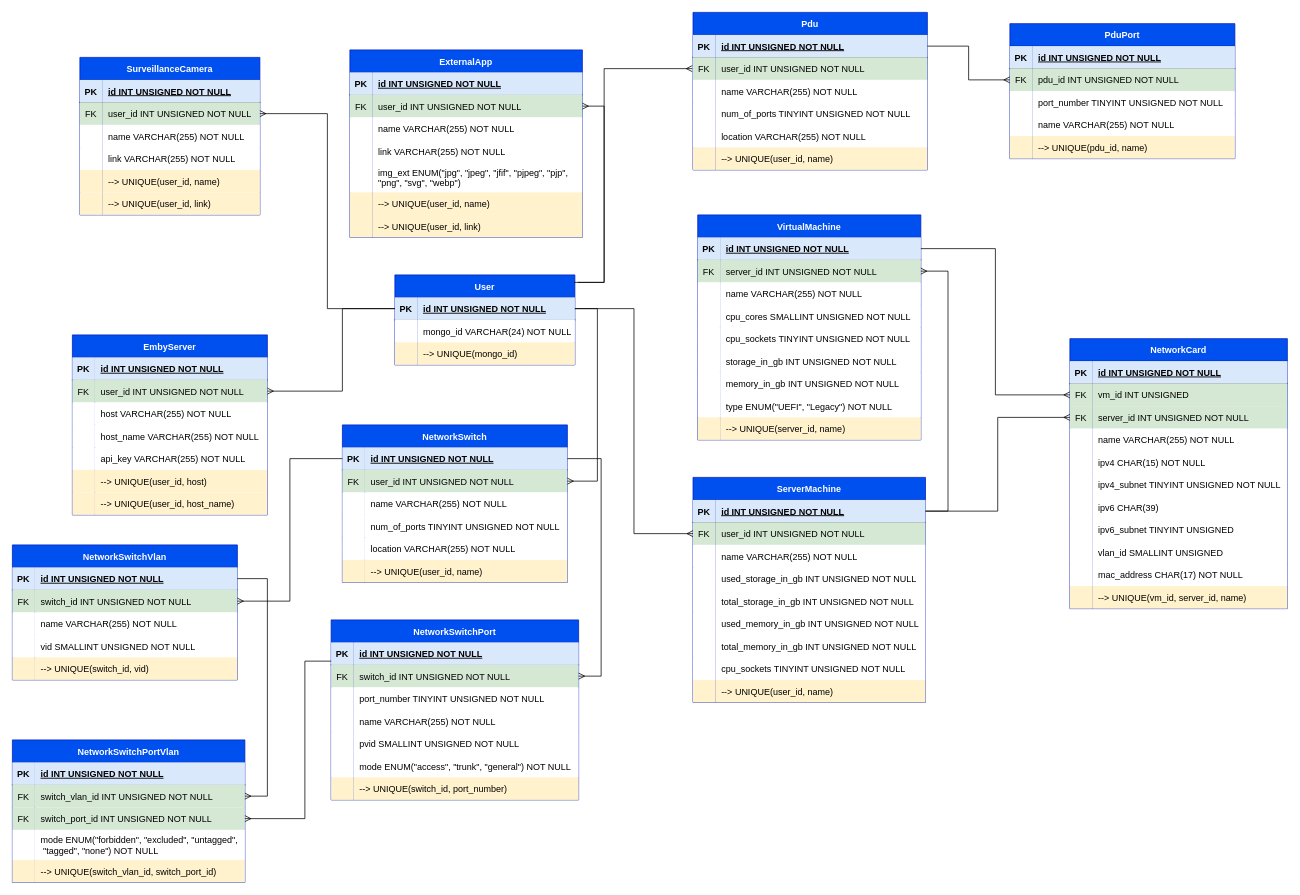
jahnueldorelus/dashboard-db keeps this draw.io diagram as entity-relationship-diagram/Database ERD.drawio. Above is the earlier version. Source tidied: cells renumbered, new cells numbered last; positions are measured from the earlier drawing's top-left corner, leaving out a move shared by most shapes. Both pictures are drawn from the tidied source at 75%, with x=0, y=0 at pixel (12, 12).
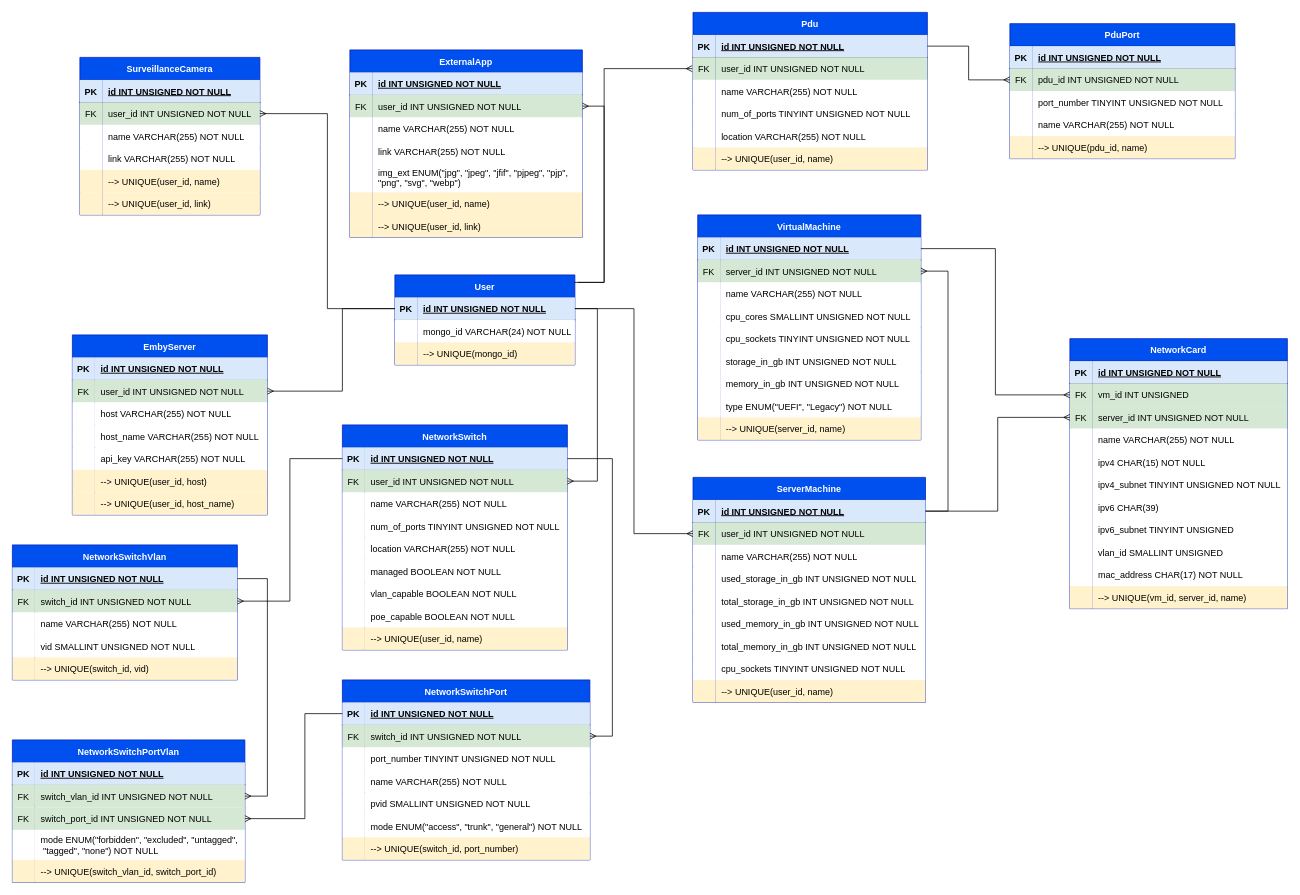
The same page after the edit.

Unchanged cells that the change refers to:
```xml
<mxCell id="210" style="shape=partialRectangle;fillColor=none;points=[[0,0.5],[1,0.5]];portConstraint=eastwest;top=0;left=0;right=0;bottom=1;" parent="209" vertex="1">
  <mxGeometry y="30" width="300" height="30" as="geometry" />
</mxCell>
<mxCell id="230" style="shape=partialRectangle;fillColor=none;points=[[0,0.5],[1,0.5]];portConstraint=eastwest;top=0;left=0;right=0;bottom=1;" parent="229" vertex="1">
  <mxGeometry y="30" width="330" height="30" as="geometry" />
</mxCell>
<mxCell id="233" style="shape=tableRow;horizontal=0;startSize=0;swimlaneHead=0;swimlaneBody=0;fillColor=none;points=[[0,0.5],[1,0.5]];portConstraint=eastwest;top=0;left=0;right=0;bottom=0;" parent="229" vertex="1">
  <mxGeometry y="60" width="330" height="30" as="geometry" />
</mxCell>
<mxCell id="276" style="shape=tableRow;horizontal=0;startSize=0;swimlaneHead=0;swimlaneBody=0;fillColor=none;points=[[0,0.5],[1,0.5]];portConstraint=eastwest;top=0;left=0;right=0;bottom=0;" parent="269" vertex="1">
  <mxGeometry y="90" width="310" height="30" as="geometry" />
</mxCell>
```

The edit, as a diff of the source:
```diff
@@
     <mxCell id="209" value="NetworkSwitch" style="shape=table;startSize=30;childLayout=tableLayout;rowLines=0;fontStyle=1;align=center;fillColor=#0050ef;fontColor=#ffffff;strokeColor=#001DBC;" parent="1" vertex="1">
-      <mxGeometry x="440" y="550" width="300" height="210" as="geometry" />
+      <mxGeometry x="440" y="550" width="300" height="300" as="geometry" />
     </mxCell>
@@
+    <mxCell id="287" style="shape=tableRow;horizontal=0;startSize=0;swimlaneHead=0;swimlaneBody=0;fillColor=none;top=0;left=0;right=0;bottom=0;" parent="209" vertex="1">
+      <mxGeometry y="180" width="300" height="30" as="geometry" />
+    </mxCell>
+    <mxCell id="288" style="shape=partialRectangle;top=0;left=0;bottom=0;right=0;overflow=hidden;" parent="287" vertex="1">
+      <mxGeometry width="30" height="30" as="geometry" />
+    </mxCell>
+    <mxCell id="289" value="managed BOOLEAN NOT NULL" style="shape=partialRectangle;top=0;left=0;bottom=0;right=0;align=left;spacingLeft=6;overflow=hidden;" parent="287" vertex="1">
+      <mxGeometry x="30" width="270" height="30" as="geometry" />
+    </mxCell>
+    <mxCell id="290" style="shape=tableRow;horizontal=0;startSize=0;swimlaneHead=0;swimlaneBody=0;fillColor=none;top=0;left=0;right=0;bottom=0;" parent="209" vertex="1">
+      <mxGeometry y="210" width="300" height="30" as="geometry" />
+    </mxCell>
+    <mxCell id="291" style="shape=partialRectangle;top=0;left=0;bottom=0;right=0;overflow=hidden;" parent="290" vertex="1">
+      <mxGeometry width="30" height="30" as="geometry" />
+    </mxCell>
+    <mxCell id="292" value="vlan_capable BOOLEAN NOT NULL" style="shape=partialRectangle;top=0;left=0;bottom=0;right=0;align=left;spacingLeft=6;overflow=hidden;" parent="290" vertex="1">
+      <mxGeometry x="30" width="270" height="30" as="geometry" />
+    </mxCell>
+    <mxCell id="293" style="shape=tableRow;horizontal=0;startSize=0;swimlaneHead=0;swimlaneBody=0;fillColor=none;top=0;left=0;right=0;bottom=0;" parent="209" vertex="1">
+      <mxGeometry y="240" width="300" height="30" as="geometry" />
+    </mxCell>
+    <mxCell id="294" style="shape=partialRectangle;top=0;left=0;bottom=0;right=0;overflow=hidden;" parent="293" vertex="1">
+      <mxGeometry width="30" height="30" as="geometry" />
+    </mxCell>
+    <mxCell id="295" value="poe_capable BOOLEAN NOT NULL" style="shape=partialRectangle;top=0;left=0;bottom=0;right=0;align=left;spacingLeft=6;overflow=hidden;" parent="293" vertex="1">
+      <mxGeometry x="30" width="270" height="30" as="geometry" />
+    </mxCell>
     <mxCell id="225" style="shape=tableRow;horizontal=0;startSize=0;swimlaneHead=0;swimlaneBody=0;fillColor=none;top=0;left=0;right=0;bottom=0;" parent="209" vertex="1">
-      <mxGeometry y="180" width="300" height="30" as="geometry" />
+      <mxGeometry y="270" width="300" height="30" as="geometry" />
     </mxCell>
@@
     <mxCell id="229" value="NetworkSwitchPort" style="shape=table;startSize=30;childLayout=tableLayout;rowLines=0;fontStyle=1;align=center;fillColor=#0050ef;fontColor=#ffffff;strokeColor=#001DBC;" parent="1" vertex="1">
-      <mxGeometry x="425" y="810" width="330" height="240" as="geometry" />
+      <mxGeometry x="440" y="890" width="330" height="240" as="geometry" />
     </mxCell>
@@
     <mxCell id="251" style="edgeStyle=entityRelationEdgeStyle;fontSize=12;html=1;endArrow=ERmany;rounded=0;" parent="1" edge="1" source="210" target="233">
       <mxGeometry relative="1" as="geometry">
         <Array as="points">
           <mxPoint x="350" y="775" />
+          <mxPoint x="800" y="780" />
           <mxPoint x="760" y="750" />
         </Array>
       </mxGeometry>
     </mxCell>
@@
     <mxCell id="286" style="edgeStyle=orthogonalEdgeStyle;fontSize=12;html=1;endArrow=ERmany;rounded=0;" parent="1" edge="1" source="230" target="276">
       <mxGeometry relative="1" as="geometry">
         <Array as="points">
-          <mxPoint x="390" y="865" />
+          <mxPoint x="390" y="935" />
           <mxPoint x="390" y="1075" />
         </Array>
       </mxGeometry>
     </mxCell>
```
